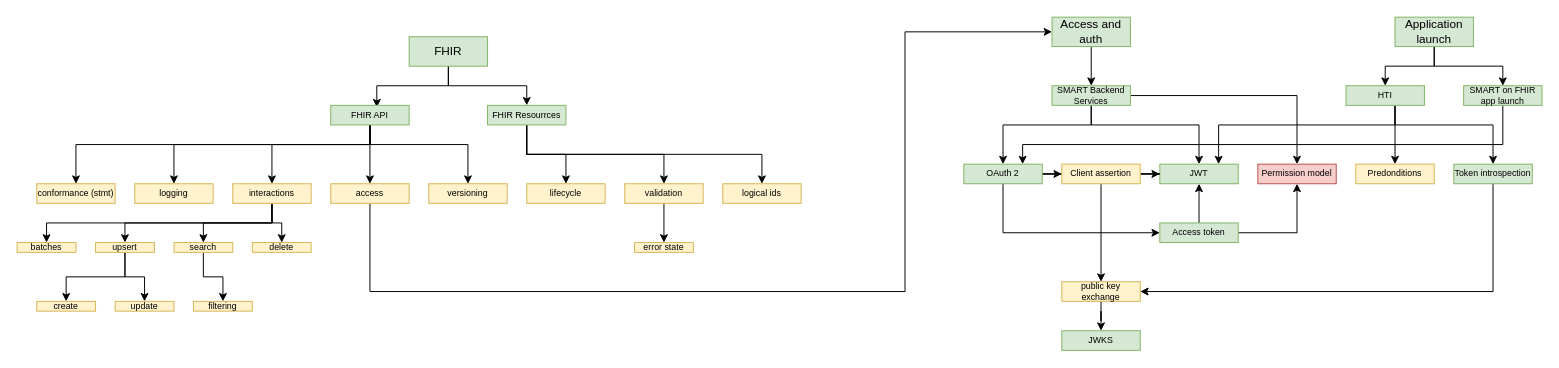
Earlier version of the draw.io diagram topics/KT2.0 Documentation Topics.drawio (Koppeltaal/Koppeltaal-2.0-Specificaties-en-Architectuur). Source tidied: cells renumbered, new cells numbered last; positions are measured from the earlier drawing's top-left corner, leaving out a move shared by most shapes. Both pictures are drawn from the tidied source at 98%, with x=0, y=0 at pixel (17, 17).
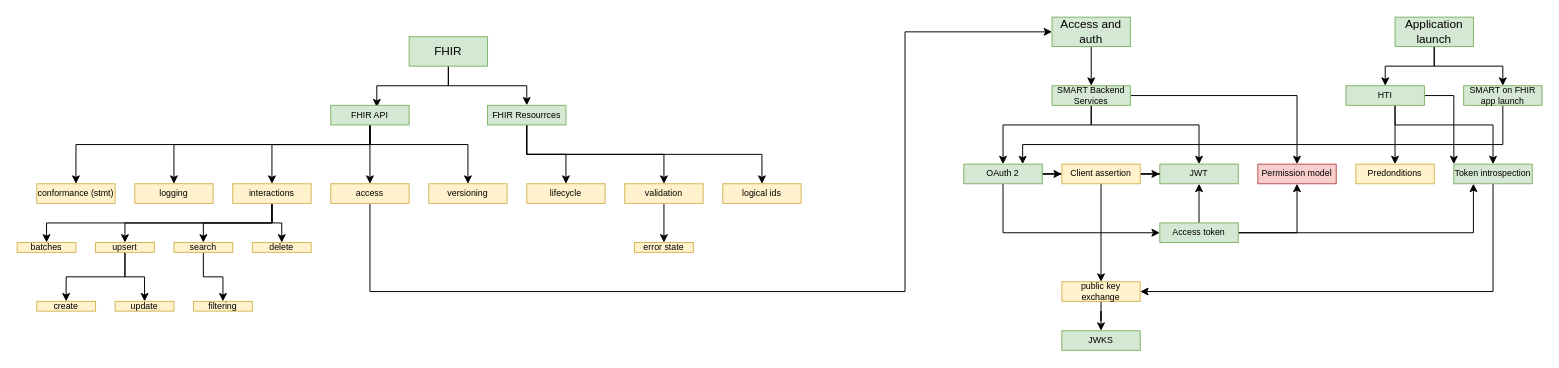
Above is the later version.

The change refers to these unchanged cells:
```xml
<mxCell id="49" value="&lt;font style=&quot;font-size: 9px;&quot;&gt;JWT&lt;/font&gt;" style="rounded=0;whiteSpace=wrap;html=1;fillColor=#d5e8d4;strokeColor=#82b366;fontSize=9;" parent="1" vertex="1">
  <mxGeometry x="1166" y="150" width="80" height="20" as="geometry" />
</mxCell>
<mxCell id="56" value="&lt;div style=&quot;text-align: start;&quot;&gt;Access token&lt;/div&gt;" style="rounded=0;whiteSpace=wrap;html=1;fontSize=9;fillColor=#d5e8d4;strokeColor=#82b366;" parent="1" vertex="1">
  <mxGeometry x="1166" y="210" width="80" height="20" as="geometry" />
</mxCell>
<mxCell id="62" value="&lt;font style=&quot;font-size: 9px;&quot;&gt;Token introspection&lt;br&gt;&lt;/font&gt;" style="rounded=0;whiteSpace=wrap;html=1;fillColor=#d5e8d4;strokeColor=#82b366;fontSize=9;" parent="1" vertex="1">
  <mxGeometry x="1466" y="150" width="80" height="20" as="geometry" />
</mxCell>
<mxCell id="66" value="&lt;font style=&quot;font-size: 9px;&quot;&gt;HTI&lt;/font&gt;" style="rounded=0;whiteSpace=wrap;html=1;fillColor=#d5e8d4;strokeColor=#82b366;fontSize=9;" parent="1" vertex="1">
  <mxGeometry x="1356" y="70" width="80" height="20" as="geometry" />
</mxCell>
```

Change to the diagram source:
```diff
@@
+    <mxCell id="72" style="edgeStyle=orthogonalEdgeStyle;rounded=0;jettySize=auto;html=1;entryX=0.25;entryY=1;entryDx=0;entryDy=0;" parent="1" edge="1" source="56" target="62">
+      <mxGeometry relative="1" as="geometry" />
+    </mxCell>
@@
-    <mxCell id="65" style="edgeStyle=orthogonalEdgeStyle;rounded=0;jettySize=auto;html=1;entryX=0.75;entryY=0;entryDx=0;entryDy=0;fontSize=9;" parent="1" edge="1" source="66" target="49">
-      <mxGeometry relative="1" as="geometry">
-        <Array as="points">
-          <mxPoint x="1406" y="110" />
-          <mxPoint x="1226" y="110" />
-        </Array>
-      </mxGeometry>
-    </mxCell>
+    <mxCell id="73" style="edgeStyle=orthogonalEdgeStyle;rounded=0;jettySize=auto;html=1;entryX=0;entryY=0;entryDx=0;entryDy=0;" parent="1" edge="1" source="66" target="62">
+      <mxGeometry relative="1" as="geometry" />
+    </mxCell>
```
